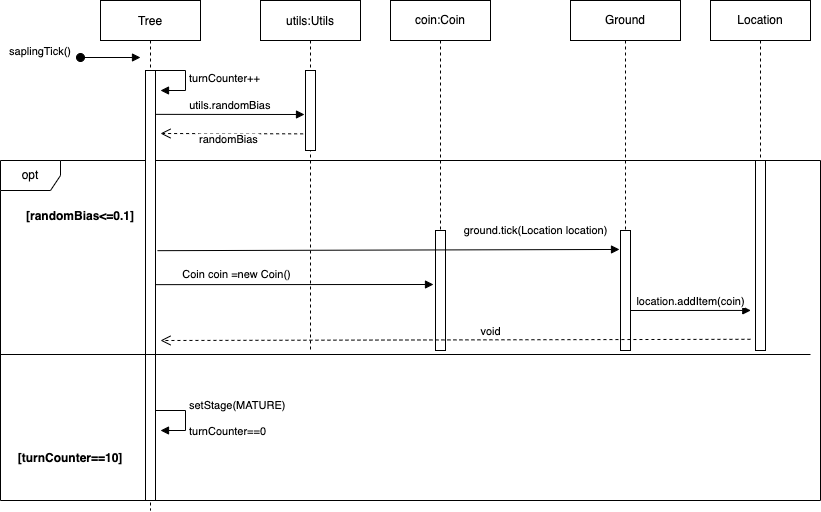
The draw.io diagram design-docs/REQ1_sequencediagram.png in syedzubinhafiz/supermario, before a commit. Source tidied: cells renumbered, new cells last; positions are measured from the earlier drawing's top-left corner, leaving out a move shared by most shapes.
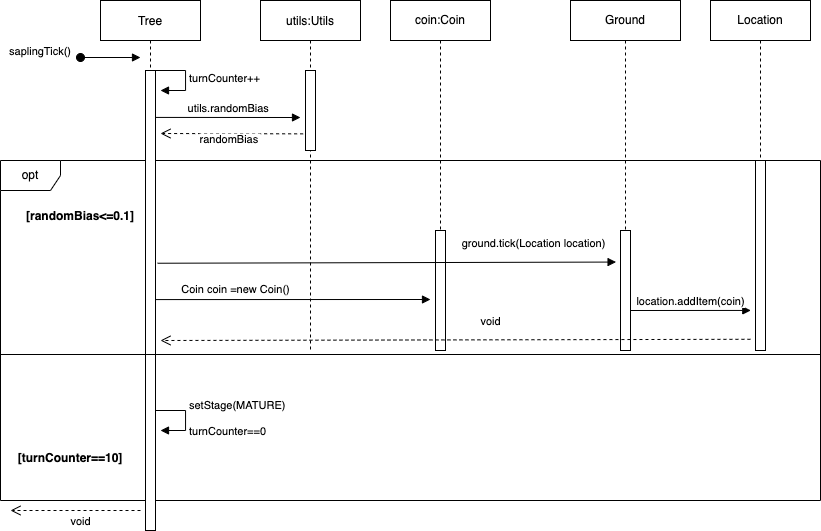
Above is the later version.

Commit message:
sequence diagrams for req1&2 done

What changed in the source:
```diff
@@ -6,10 +6,10 @@
       <mxGeometry y="160" width="820" height="340" as="geometry" />
     </mxCell>
     <mxCell id="3" value="Tree" style="shape=umlLifeline;perimeter=lifelinePerimeter;rounded=0;shadow=0;strokeWidth=1;" parent="1" vertex="1">
-      <mxGeometry x="100" width="100" height="510" as="geometry" />
+      <mxGeometry x="100" width="100" height="530" as="geometry" />
     </mxCell>
     <mxCell id="4" style="points=[];perimeter=orthogonalPerimeter;rounded=0;shadow=0;strokeWidth=1;" parent="3" vertex="1">
-      <mxGeometry x="45" y="70" width="10" height="430" as="geometry" />
+      <mxGeometry x="45" y="70" width="10" height="460" as="geometry" />
     </mxCell>
     <mxCell id="5" value="saplingTick()" style="verticalAlign=bottom;startArrow=oval;endArrow=block;startSize=8;shadow=0;strokeWidth=1;" parent="3" edge="1">
       <mxGeometry x="-1" y="-40" relative="1" as="geometry">
@@ -43,15 +43,17 @@
       <mxGeometry x="45" y="70" width="10" height="80" as="geometry" />
     </mxCell>
     <mxCell id="10" style="line;strokeWidth=1;fillColor=none;align=left;verticalAlign=middle;spacingTop=-1;spacingLeft=3;spacingRight=3;labelPosition=right;" parent="8" vertex="1">
-      <mxGeometry x="-260" y="350" width="810" height="8" as="geometry" />
+      <mxGeometry x="-260" y="350" width="820" height="8" as="geometry" />
     </mxCell>
     <mxCell id="11" value="randomBias" style="verticalAlign=bottom;endArrow=open;dashed=1;endSize=8;shadow=0;strokeWidth=1;exitX=-0.238;exitY=0.792;exitDx=0;exitDy=0;exitPerimeter=0;" parent="1" edge="1" source="9">
       <mxGeometry x="0.03" y="15" relative="1" as="geometry">
         <mxPoint x="160" y="133" as="targetPoint" />
       </mxGeometry>
     </mxCell>
-    <mxCell id="12" value="utils.randomBias" style="verticalAlign=bottom;endArrow=block;shadow=0;strokeWidth=1;exitX=0.952;exitY=0.102;exitDx=0;exitDy=0;exitPerimeter=0;entryX=-0.1;entryY=0.55;entryDx=0;entryDy=0;entryPerimeter=0;" parent="1" edge="1" source="4" target="9">
-      <mxGeometry x="0.01" relative="1" as="geometry" />
+    <mxCell id="12" value="utils.randomBias" style="verticalAlign=bottom;endArrow=block;shadow=0;strokeWidth=1;exitX=0.952;exitY=0.102;exitDx=0;exitDy=0;exitPerimeter=0;" parent="1" edge="1" source="4">
+      <mxGeometry x="0.01" relative="1" as="geometry">
+        <mxPoint x="300" y="117" as="targetPoint" />
+      </mxGeometry>
     </mxCell>
     <mxCell id="13" value="[randomBias&lt;=0.1]" style="text;align=center;fontStyle=1;verticalAlign=middle;spacingLeft=3;spacingRight=3;strokeColor=none;" parent="1" vertex="1">
       <mxGeometry x="30" y="200" width="100" height="30" as="geometry" />
@@ -76,11 +78,13 @@
     <mxCell id="19" value="[turnCounter==10]" style="text;align=center;fontStyle=1;verticalAlign=middle;spacingLeft=3;spacingRight=3;strokeColor=none;" parent="1" vertex="1">
       <mxGeometry x="30" y="444" width="80" height="26" as="geometry" />
     </mxCell>
-    <mxCell id="20" value="ground.tick(Location location)" style="html=1;verticalAlign=bottom;endArrow=block;rounded=0;entryX=-0.1;entryY=0.158;entryDx=0;entryDy=0;entryPerimeter=0;exitX=1.2;exitY=0.419;exitDx=0;exitDy=0;exitPerimeter=0;" parent="1" edge="1" source="4" target="18">
+    <mxCell id="20" value="ground.tick(Location location)" style="html=1;verticalAlign=bottom;endArrow=block;rounded=0;entryX=-0.442;entryY=0.263;entryDx=0;entryDy=0;entryPerimeter=0;exitX=1.2;exitY=0.419;exitDx=0;exitDy=0;exitPerimeter=0;" parent="1" edge="1" source="4" target="18">
       <mxGeometry x="0.64" y="10" relative="1" as="geometry" />
     </mxCell>
-    <mxCell id="21" value="Coin coin =new Coin()" style="html=1;verticalAlign=bottom;endArrow=block;rounded=0;entryX=-0.2;entryY=0.45;entryDx=0;entryDy=0;entryPerimeter=0;exitX=1;exitY=0.498;exitDx=0;exitDy=0;exitPerimeter=0;" parent="1" edge="1" source="4" target="15">
-      <mxGeometry x="-0.42" y="1" relative="1" as="geometry" />
+    <mxCell id="21" value="Coin coin =new Coin()" style="html=1;verticalAlign=bottom;endArrow=block;rounded=0;exitX=1;exitY=0.498;exitDx=0;exitDy=0;exitPerimeter=0;" parent="1" edge="1" source="4">
+      <mxGeometry x="-0.42" y="1" relative="1" as="geometry">
+        <mxPoint x="430" y="299" as="targetPoint" />
+      </mxGeometry>
     </mxCell>
     <mxCell id="22" value="Location" style="shape=umlLifeline;perimeter=lifelinePerimeter;whiteSpace=wrap;html=1;" parent="1" vertex="1">
       <mxGeometry x="710" width="100" height="350" as="geometry" />
@@ -89,9 +93,15 @@
       <mxGeometry x="45" y="160" width="10" height="190" as="geometry" />
     </mxCell>
     <mxCell id="24" value="void" style="html=1;verticalAlign=bottom;endArrow=open;dashed=1;endSize=8;rounded=0;exitX=-0.506;exitY=0.941;exitDx=0;exitDy=0;exitPerimeter=0;" parent="22" edge="1" source="23">
-      <mxGeometry x="-0.12" y="1" relative="1" as="geometry">
+      <mxGeometry x="-0.12" y="-9" relative="1" as="geometry">
         <mxPoint x="-550" y="340" as="targetPoint" />
       </mxGeometry>
     </mxCell>
+    <mxCell id="25" value="void" style="html=1;verticalAlign=bottom;endArrow=open;dashed=1;endSize=8;rounded=0;" parent="1" edge="1">
+      <mxGeometry x="-0.08" y="20" relative="1" as="geometry">
+        <mxPoint x="140" y="510" as="sourcePoint" />
+        <mxPoint x="10" y="510" as="targetPoint" />
+      </mxGeometry>
+    </mxCell>
   </root>
 </mxGraphModel>
```
